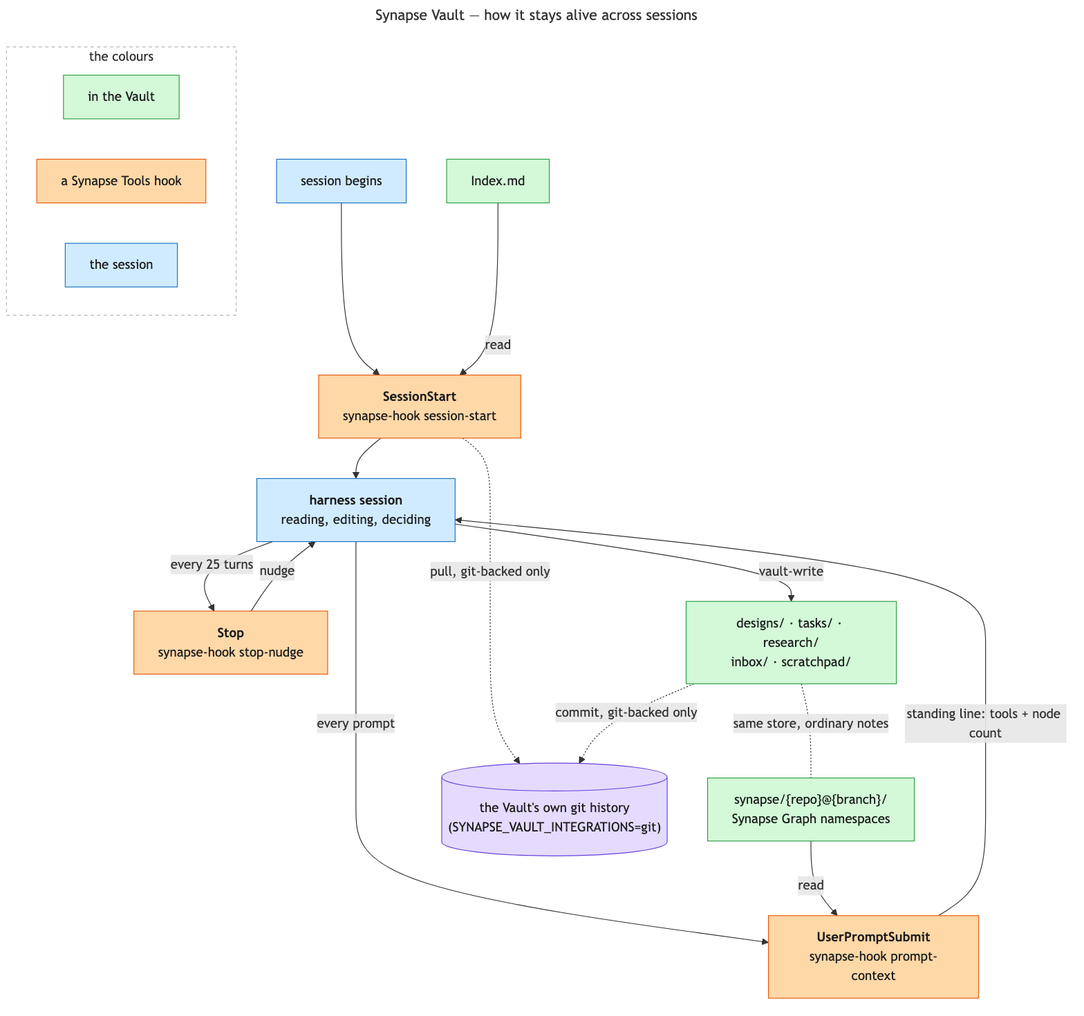
Above: docs/synapse/diagrams/synapse-vault-overview.png in imunitic/synapse (Mermaid), before the change. Its source is kept beside it as docs/synapse/diagrams/synapse-vault-overview.mmd.
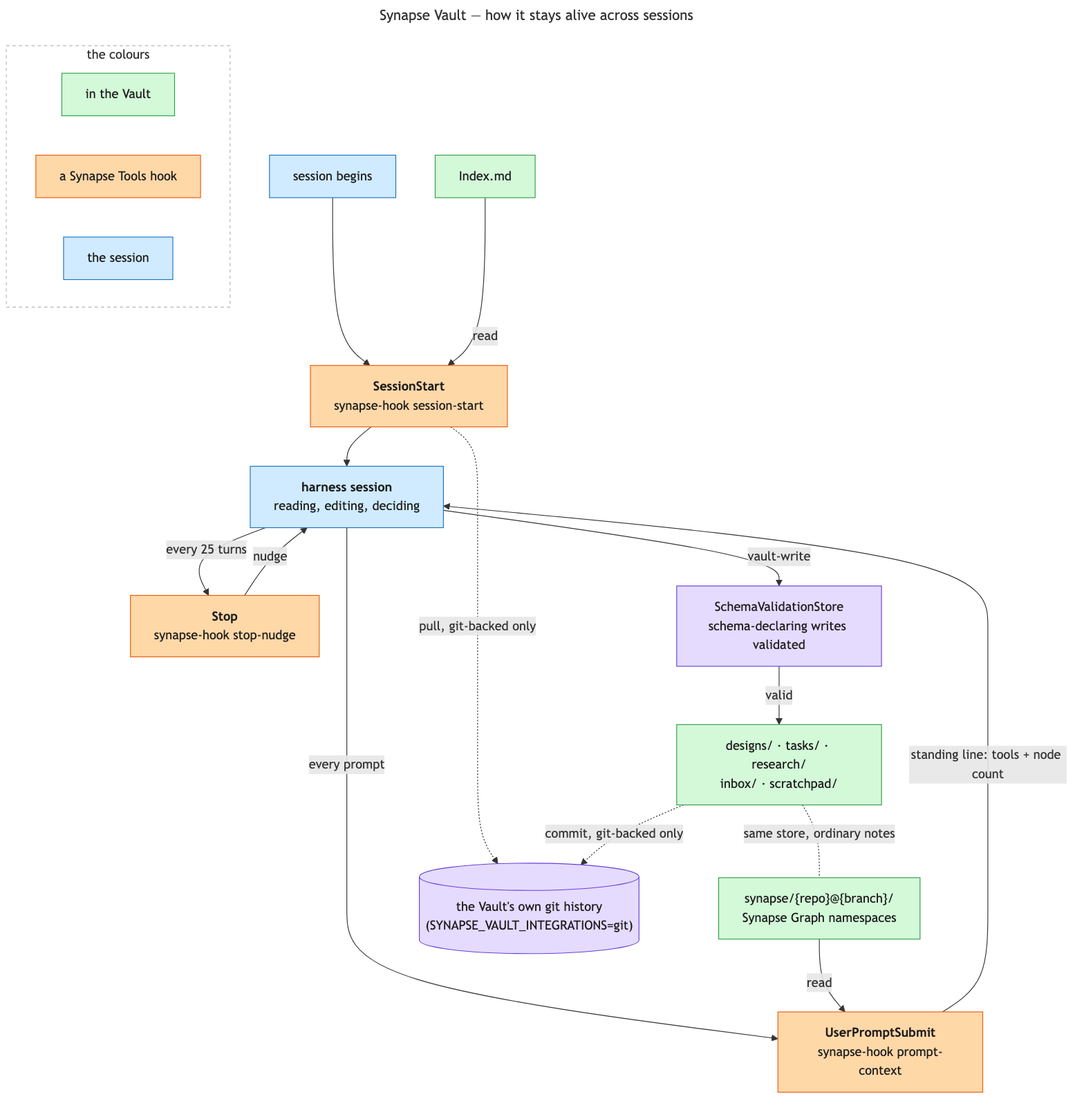
The same file after the commit.

Commit message:
docs(synapse): document v1 note-schema DSL, vault-check, and validation boundary

Diff of the diagram source:
```diff
@@ -16,6 +16,7 @@
     IDX["Index.md"]
     FOLDERS["designs/ · tasks/ · research/<br/>inbox/ · scratchpad/"]
     SYN["synapse/{repo}@{branch}/<br/>Synapse Graph namespaces"]
+    VALIDATE["SchemaValidationStore<br/>schema-declaring writes validated"]
     GIT[("the Vault's own git history<br/>(SYNAPSE_VAULT_INTEGRATIONS=git)")]
 
     BEGIN --> H1
@@ -27,11 +28,13 @@
     WORK -->|"every prompt"| H4
     SYN -->|"read"| H4
     H4 -->|"standing line: tools + node count"| WORK
-    WORK -->|"vault-write"| FOLDERS
+    WORK -->|"vault-write"| VALIDATE
+    VALIDATE -->|"valid"| FOLDERS
     FOLDERS -.->|"commit, git-backed only"| GIT
 
     class H1,H2,H4 hook
     class IDX,FOLDERS,SYN vault
+    class VALIDATE store
     class BEGIN,WORK session
     class GIT store
 
```
